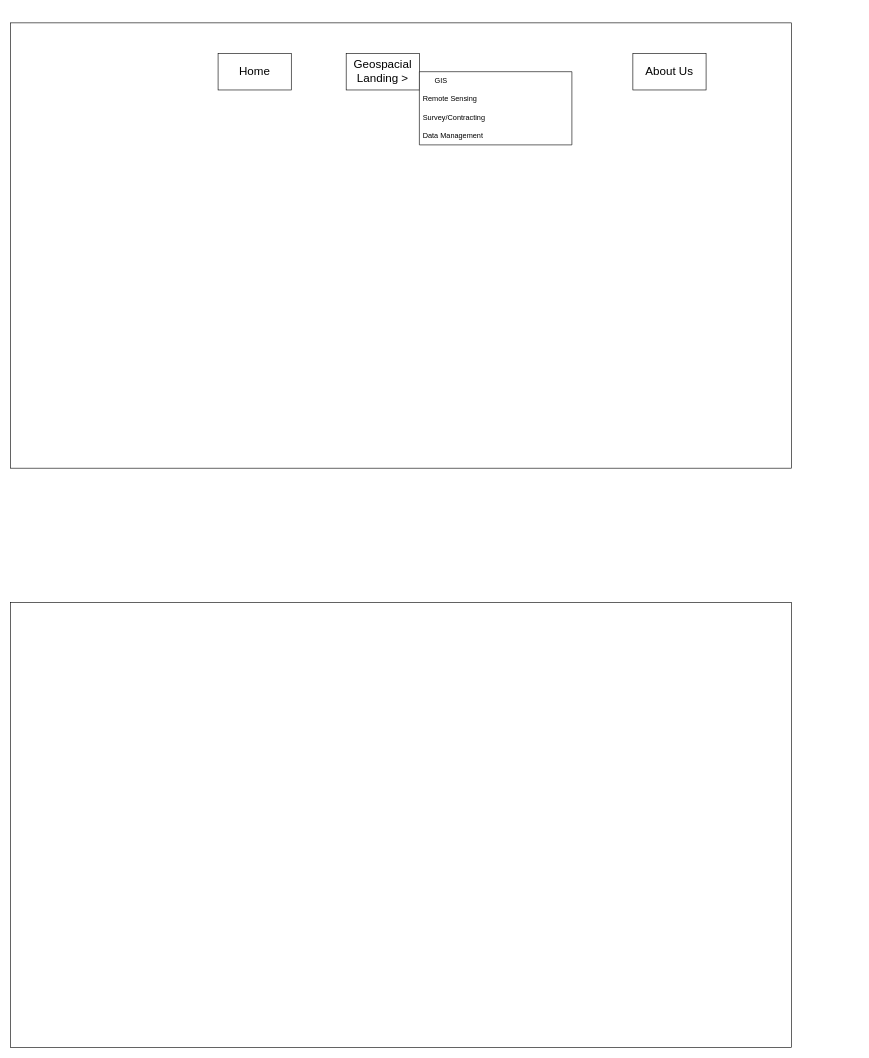
Earlier version of the draw.io diagram Untitled Diagram.drawio (kevinjtr/geomatics-ui). Source tidied: cells renumbered, new cells numbered last; positions are measured from the earlier drawing's top-left corner, leaving out a move shared by most shapes. Both pictures are drawn from the tidied source at 61%, with x=0, y=0 at pixel (10, 23).
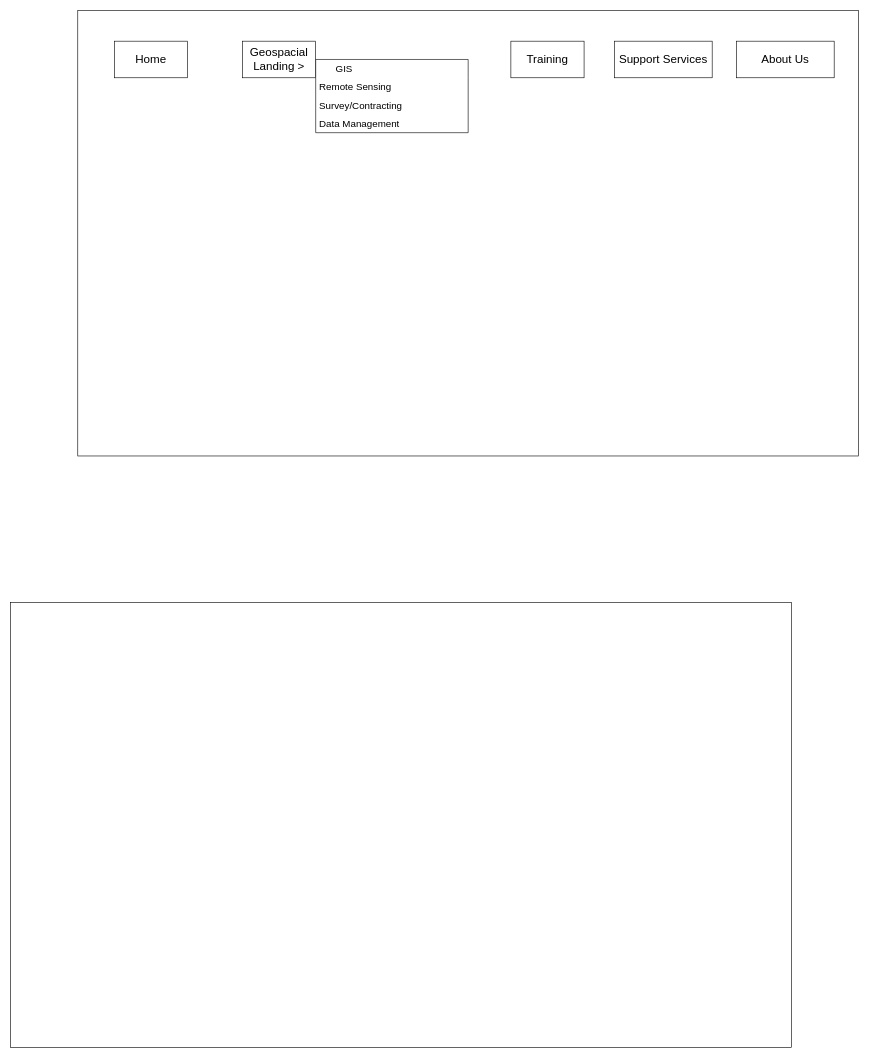
The same diagram, later.

Change to the diagram source:
```diff
@@
 <mxGraphModel>
   <root>
     <mxCell id="0" />
     <mxCell id="1" parent="0" />
     <mxCell id="2" style="rounded=0;whiteSpace=wrap;html=1;" parent="1" vertex="1">
-      <mxGeometry width="1280" height="730" as="geometry" />
+      <mxGeometry x="110" y="-20" width="1280" height="730" as="geometry" />
     </mxCell>
     <mxCell id="3" style="rounded=0;whiteSpace=wrap;html=1;" parent="1" vertex="1">
       <mxGeometry y="950" width="1280" height="730" as="geometry" />
     </mxCell>
-    <mxCell id="4" value="&lt;font style=&quot;font-size: 19px;&quot;&gt;About Us&lt;/font&gt;" style="rounded=0;whiteSpace=wrap;html=1;" parent="1" vertex="1">
-      <mxGeometry x="1020" y="50" width="120" height="60" as="geometry" />
+    <mxCell id="4" value="&lt;font style=&quot;font-size: 19px;&quot;&gt;Support Services&lt;/font&gt;" style="rounded=0;whiteSpace=wrap;html=1;" parent="1" vertex="1">
+      <mxGeometry x="990" y="30" width="160" height="60" as="geometry" />
     </mxCell>
     <mxCell id="5" value="&lt;font style=&quot;font-size: 19px;&quot;&gt;Home&lt;/font&gt;" style="rounded=0;whiteSpace=wrap;html=1;" parent="1" vertex="1">
-      <mxGeometry x="340" y="50" width="120" height="60" as="geometry" />
+      <mxGeometry x="170" y="30" width="120" height="60" as="geometry" />
     </mxCell>
     <mxCell id="6" value="&lt;font style=&quot;font-size: 19px;&quot;&gt;Geospacial Landing &amp;gt;&lt;/font&gt;" style="rounded=0;whiteSpace=wrap;html=1;" parent="1" vertex="1">
-      <mxGeometry x="550" y="50" width="120" height="60" as="geometry" />
+      <mxGeometry x="380" y="30" width="120" height="60" as="geometry" />
     </mxCell>
-    <mxCell id="7" value="&amp;nbsp; &amp;nbsp; &amp;nbsp; &amp;nbsp;GIS" style="swimlane;fontStyle=0;horizontal=1;startSize=30;whiteSpace=wrap;html=1;fillColor=default;swimlaneLine=0;align=left;" parent="1" vertex="1">
-      <mxGeometry x="670" y="80" width="250" height="120" as="geometry" />
+    <mxCell id="7" value="&amp;nbsp; &amp;nbsp; &amp;nbsp; &amp;nbsp;GIS" style="swimlane;fontStyle=0;horizontal=1;startSize=30;whiteSpace=wrap;html=1;fillColor=default;swimlaneLine=0;align=left;fontSize=16;" parent="1" vertex="1">
+      <mxGeometry x="500" y="60" width="250" height="120" as="geometry" />
     </mxCell>
-    <mxCell id="8" value="Remote Sensing" style="text;strokeColor=none;fillColor=none;align=left;verticalAlign=middle;spacingLeft=4;spacingRight=4;overflow=hidden;whiteSpace=wrap;html=1;" parent="7" vertex="1">
+    <mxCell id="8" value="Remote Sensing" style="text;strokeColor=none;fillColor=none;align=left;verticalAlign=middle;spacingLeft=4;spacingRight=4;overflow=hidden;whiteSpace=wrap;html=1;fontSize=16;" parent="7" vertex="1">
       <mxGeometry y="30" width="250" height="30" as="geometry" />
     </mxCell>
-    <mxCell id="9" value="Survey/Contracting" style="text;strokeColor=none;fillColor=none;align=left;verticalAlign=middle;spacingLeft=4;spacingRight=4;overflow=hidden;whiteSpace=wrap;html=1;" parent="7" vertex="1">
+    <mxCell id="9" value="Survey/Contracting" style="text;strokeColor=none;fillColor=none;align=left;verticalAlign=middle;spacingLeft=4;spacingRight=4;overflow=hidden;whiteSpace=wrap;html=1;fontSize=16;" parent="7" vertex="1">
       <mxGeometry y="60" width="250" height="30" as="geometry" />
     </mxCell>
-    <mxCell id="10" value="Data Management" style="text;strokeColor=none;fillColor=none;align=left;verticalAlign=middle;spacingLeft=4;spacingRight=4;overflow=hidden;whiteSpace=wrap;html=1;" parent="7" vertex="1">
+    <mxCell id="10" value="Data Management" style="text;strokeColor=none;fillColor=none;align=left;verticalAlign=middle;spacingLeft=4;spacingRight=4;overflow=hidden;whiteSpace=wrap;html=1;fontSize=16;" parent="7" vertex="1">
       <mxGeometry y="90" width="250" height="30" as="geometry" />
     </mxCell>
+    <mxCell id="11" value="&lt;font style=&quot;font-size: 19px;&quot;&gt;Training&lt;/font&gt;" style="rounded=0;whiteSpace=wrap;html=1;" parent="1" vertex="1">
+      <mxGeometry x="820" y="30" width="120" height="60" as="geometry" />
+    </mxCell>
+    <mxCell id="12" value="&lt;font style=&quot;font-size: 19px;&quot;&gt;About Us&lt;/font&gt;" style="rounded=0;whiteSpace=wrap;html=1;" parent="1" vertex="1">
+      <mxGeometry x="1190" y="30" width="160" height="60" as="geometry" />
+    </mxCell>
   </root>
 </mxGraphModel>
```
